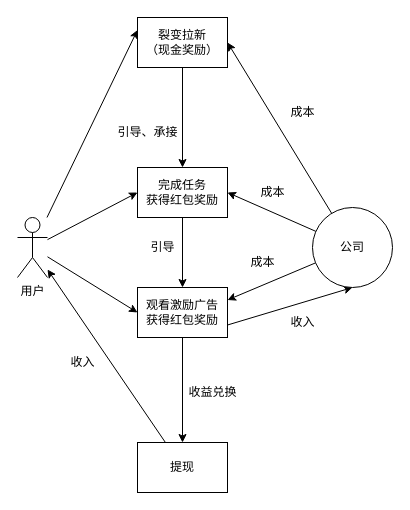
Above: drawio/ug业务.drawio in Hui4401/file (draw.io), before the change. Source tidied: cells renumbered, new cells numbered last; positions are measured from the earlier drawing's top-left corner, leaving out a move shared by most shapes. Both pictures are drawn from the tidied source at 100%, with x=0, y=0 at pixel (17, 17).
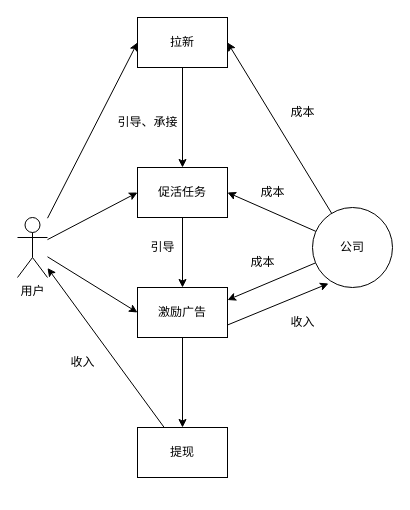
After the change.

The change refers to these unchanged cells:
```xml
<mxCell id="5" value="用户" style="shape=umlActor;verticalLabelPosition=bottom;verticalAlign=top;html=1;outlineConnect=0;" parent="1" vertex="1">
  <mxGeometry y="200" width="30" height="60" as="geometry" />
</mxCell>
<mxCell id="18" value="公司" style="ellipse;whiteSpace=wrap;html=1;" parent="1" vertex="1">
  <mxGeometry x="295" y="190" width="80" height="80" as="geometry" />
</mxCell>
```

Change to the diagram source:
```diff
@@
-    <mxCell id="2" style="edgeStyle=none;rounded=0;jettySize=auto;html=1;entryX=0;entryY=0.25;entryDx=0;entryDy=0;" parent="1" edge="1" source="5" target="7">
+    <mxCell id="2" style="edgeStyle=none;rounded=0;jettySize=auto;html=1;entryX=0;entryY=0.5;entryDx=0;entryDy=0;" parent="1" edge="1" source="5" target="7">
       <mxGeometry relative="1" as="geometry" />
     </mxCell>
@@
-    <mxCell id="7" value="裂变拉新&lt;br&gt;（现金奖励）" style="rounded=0;whiteSpace=wrap;html=1;" parent="1" vertex="1">
+    <mxCell id="7" value="拉新" style="rounded=0;whiteSpace=wrap;html=1;" parent="1" vertex="1">
       <mxGeometry x="120" width="90" height="50" as="geometry" />
     </mxCell>
@@
-    <mxCell id="9" value="完成任务&lt;br&gt;获得红包奖励" style="rounded=0;whiteSpace=wrap;html=1;" parent="1" vertex="1">
+    <mxCell id="9" value="促活任务" style="rounded=0;whiteSpace=wrap;html=1;" parent="1" vertex="1">
       <mxGeometry x="120" y="150" width="90" height="50" as="geometry" />
     </mxCell>
@@
     <mxCell id="11" value="提现" style="rounded=0;whiteSpace=wrap;html=1;" parent="1" vertex="1">
-      <mxGeometry x="120" y="425" width="90" height="50" as="geometry" />
+      <mxGeometry x="120" y="410" width="90" height="50" as="geometry" />
     </mxCell>
-    <mxCell id="12" style="edgeStyle=none;rounded=0;jettySize=auto;html=1;entryX=0.5;entryY=1;entryDx=0;entryDy=0;exitX=1;exitY=0.75;exitDx=0;exitDy=0;" parent="1" edge="1" source="14" target="18">
+    <mxCell id="12" style="edgeStyle=none;rounded=0;jettySize=auto;html=1;entryX=0.2;entryY=0.95;entryDx=0;entryDy=0;exitX=1;exitY=0.75;exitDx=0;exitDy=0;entryPerimeter=0;" parent="1" edge="1" source="14" target="18">
       <mxGeometry relative="1" as="geometry" />
     </mxCell>
@@
-    <mxCell id="14" value="观看激励广告&lt;br&gt;获得红包奖励" style="rounded=0;whiteSpace=wrap;html=1;" parent="1" vertex="1">
+    <mxCell id="14" value="激励广告" style="rounded=0;whiteSpace=wrap;html=1;" parent="1" vertex="1">
       <mxGeometry x="120" y="270" width="90" height="50" as="geometry" />
     </mxCell>
@@
     <mxCell id="19" value="引导、承接" style="text;html=1;align=center;verticalAlign=middle;strokeColor=none;fillColor=none;" parent="1" vertex="1">
-      <mxGeometry x="90" y="100" width="80" height="30" as="geometry" />
+      <mxGeometry x="90" y="90" width="80" height="30" as="geometry" />
     </mxCell>
@@
-    <mxCell id="26" value="收益兑换" style="text;html=1;align=center;verticalAlign=middle;strokeColor=none;fillColor=none;" parent="1" vertex="1">
-      <mxGeometry x="160" y="360" width="70" height="30" as="geometry" />
-    </mxCell>
```
